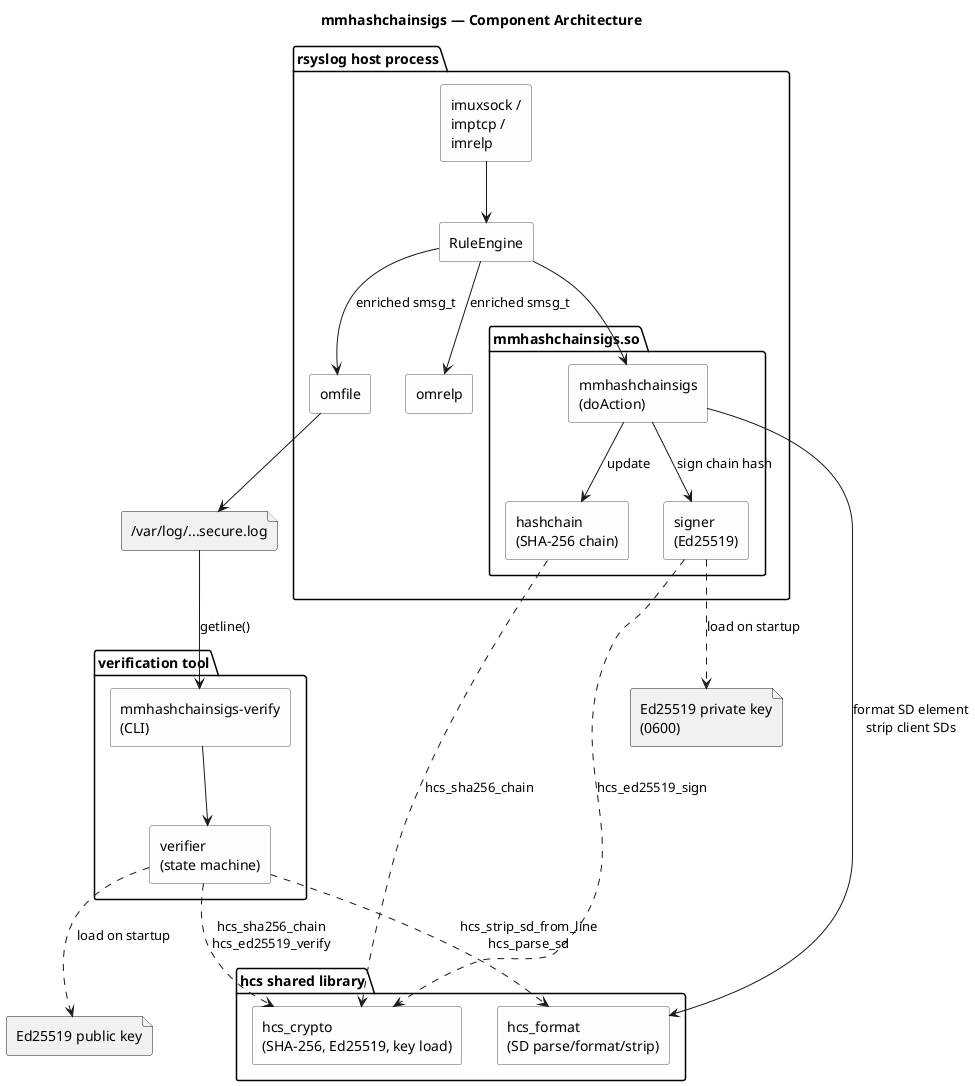
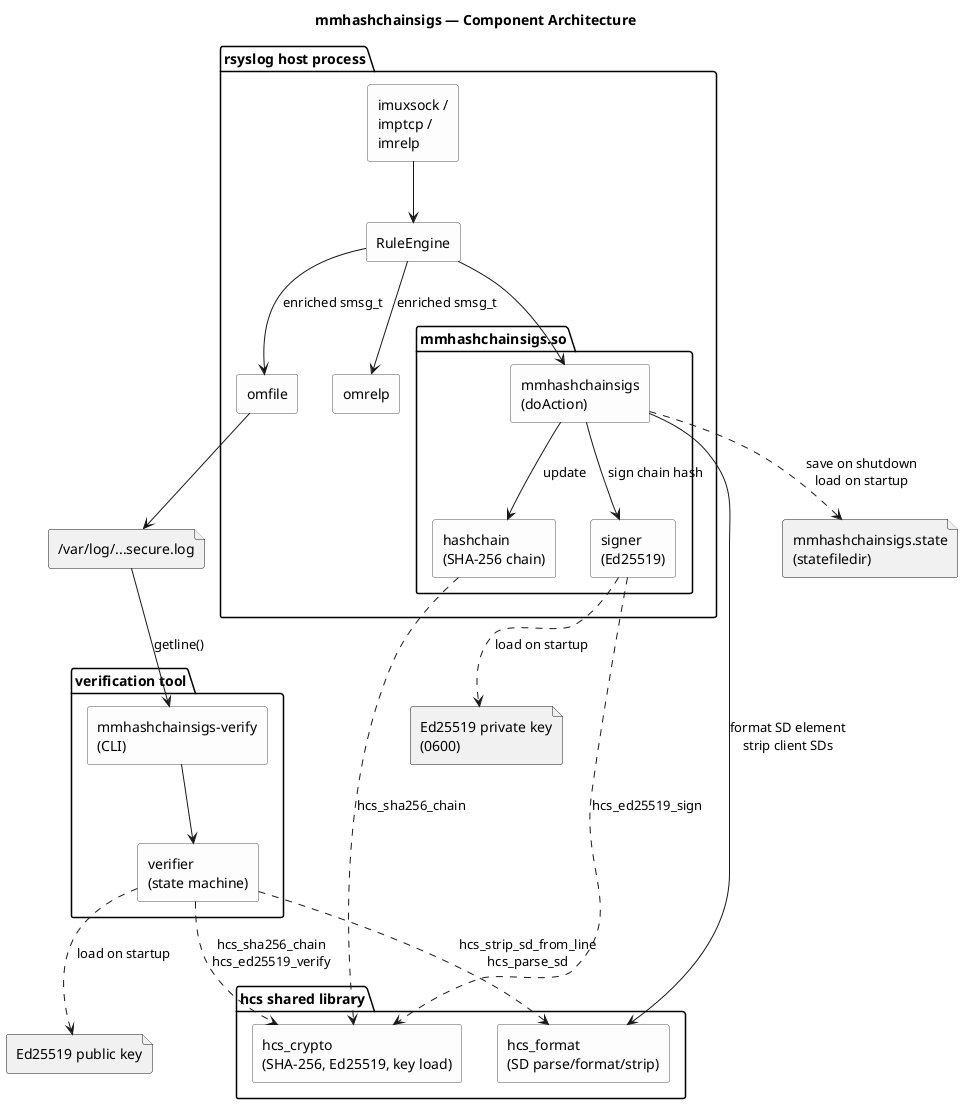
@startuml architecture
title mmhashchainsigs — Component Architecture

skinparam componentStyle rectangle
skinparam shadowing false
skinparam component {
    BackgroundColor #fdfdfd
    BorderColor #555555
}

package "rsyslog host process" {
    component "imuxsock /\nimptcp /\nimrelp" as Input
    component "RuleEngine" as Engine

    package "mmhashchainsigs.so" {
        component "mmhashchainsigs\n(doAction)" as MMHCS
        component "hashchain\n(SHA-256 chain)" as Chain
        component "signer\n(Ed25519)" as Signer
    }

    component "omfile" as Omfile
    component "omrelp" as Omrelp
}

package "hcs shared library" {
    component "hcs_crypto\n(SHA-256, Ed25519, key load)" as Crypto
    component "hcs_format\n(SD parse/format/strip)" as Format
}

package "verification tool" {
    component "mmhashchainsigs-verify\n(CLI)" as VerifyCLI
    component "verifier\n(state machine)" as Verifier
}

file "Ed25519 private key\n(0600)" as Privkey
file "Ed25519 public key" as Pubkey
file "/var/log/...secure.log" as LogFile
+ file "mmhashchainsigs.state\n(statefiledir)" as StateFile

Input --> Engine
Engine --> MMHCS
MMHCS --> Chain : update
MMHCS --> Signer : sign chain hash
MMHCS --> Format : format SD element\nstrip client SDs
+ MMHCS ..> StateFile : save on shutdown\nload on startup
Chain ..> Crypto : hcs_sha256_chain
Signer ..> Crypto : hcs_ed25519_sign
Signer ..> Privkey : load on startup
Engine --> Omfile : enriched smsg_t
Engine --> Omrelp : enriched smsg_t
Omfile --> LogFile

VerifyCLI --> Verifier
Verifier ..> Format : hcs_strip_sd_from_line\nhcs_parse_sd
Verifier ..> Crypto : hcs_sha256_chain\nhcs_ed25519_verify
Verifier ..> Pubkey : load on startup
LogFile --> VerifyCLI : getline()

@enduml
